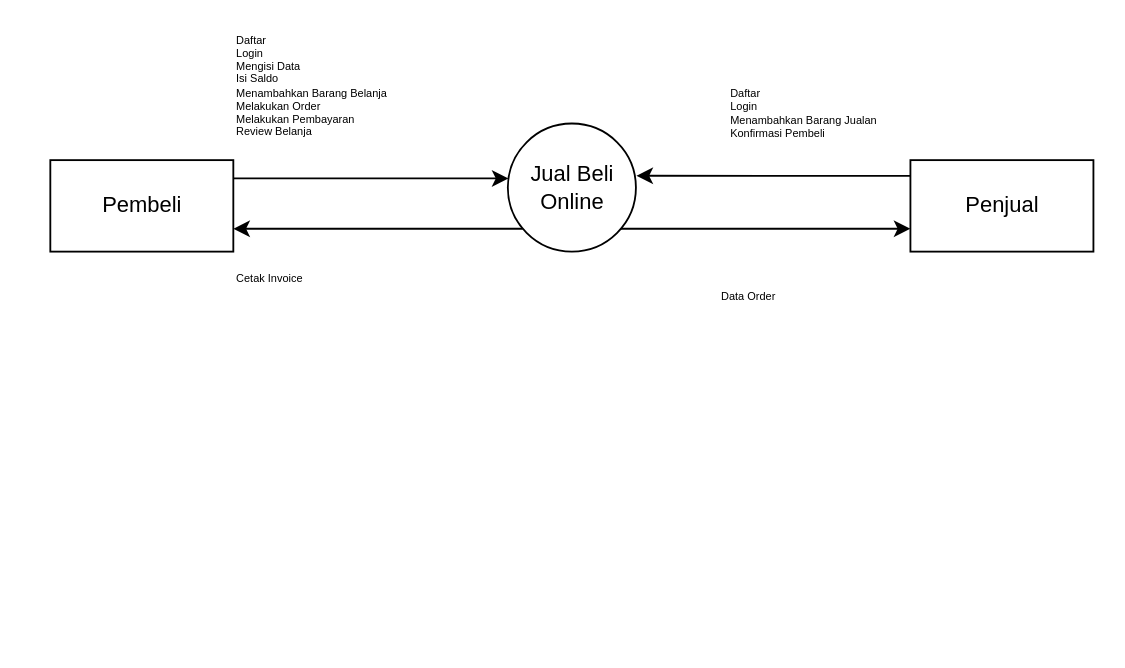
Above: Untitled Diagram.drawio in farrasrayhand/Tugas-Kuliah (draw.io), before the change. Source tidied: cells renumbered, new cells numbered last; positions are measured from the earlier drawing's top-left corner, leaving out a move shared by most shapes. Both pictures are drawn from the tidied source at 183%, with x=0, y=0 at pixel (49, 31).
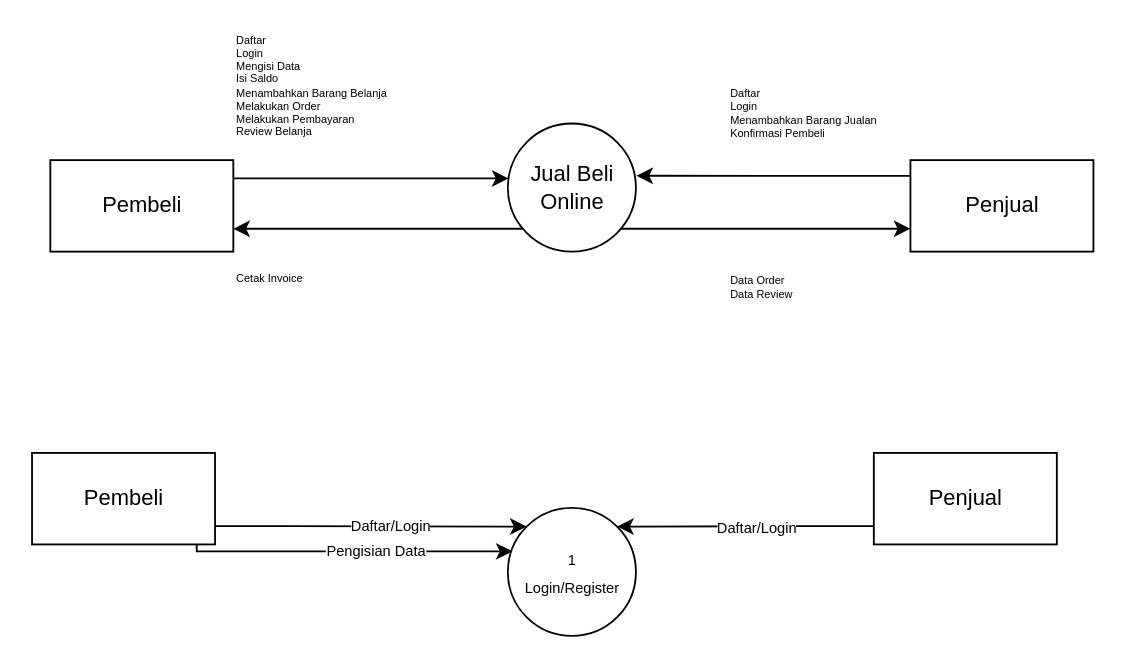
After the change.

Diff of the diagram source:
```diff
@@
-    <mxCell id="12" value="Data Order" style="text;html=1;align=left;verticalAlign=middle;strokeColor=none;fillColor=none;fontSize=6;" parent="1" vertex="1">
-      <mxGeometry x="365" y="140" width="50" height="10" as="geometry" />
+    <mxCell id="12" value="Data Order&lt;br&gt;Data Review" style="text;html=1;align=left;verticalAlign=middle;strokeColor=none;fillColor=none;fontSize=6;" parent="1" vertex="1">
+      <mxGeometry x="370" y="130" width="50" height="20" as="geometry" />
     </mxCell>
+    <mxCell id="13" value="&lt;font style=&quot;font-size: 8px&quot;&gt;1&lt;br&gt;Login/Register&lt;/font&gt;" style="shape=ellipse;html=1;dashed=0;whitespace=wrap;perimeter=ellipsePerimeter;" parent="1" vertex="1">
+      <mxGeometry x="250" y="260" width="70" height="70" as="geometry" />
+    </mxCell>
+    <mxCell id="14" style="edgeStyle=orthogonalEdgeStyle;rounded=0;jettySize=auto;html=1;entryX=0;entryY=0;entryDx=0;entryDy=0;fontSize=8;" parent="1" edge="1" source="18" target="13">
+      <mxGeometry relative="1" as="geometry">
+        <Array as="points">
+          <mxPoint x="130" y="270" />
+          <mxPoint x="130" y="270" />
+        </Array>
+      </mxGeometry>
+    </mxCell>
+    <mxCell id="15" value="Daftar/Login" style="edgeLabel;html=1;align=center;verticalAlign=middle;fontSize=8;" parent="14" vertex="1">
+      <mxGeometry x="0.12" y="1" relative="1" as="geometry" />
+    </mxCell>
+    <mxCell id="16" style="edgeStyle=orthogonalEdgeStyle;rounded=0;jettySize=auto;html=1;entryX=0.037;entryY=0.34;entryDx=0;entryDy=0;entryPerimeter=0;fontSize=8;" parent="1" edge="1" source="18" target="13">
+      <mxGeometry relative="1" as="geometry">
+        <Array as="points">
+          <mxPoint x="80" y="284" />
+        </Array>
+      </mxGeometry>
+    </mxCell>
+    <mxCell id="17" value="Pengisian Data" style="edgeLabel;html=1;align=center;verticalAlign=middle;fontSize=8;" parent="16" vertex="1">
+      <mxGeometry x="0.15" relative="1" as="geometry" />
+    </mxCell>
+    <mxCell id="18" value="Pembeli" style="html=1;dashed=0;whitespace=wrap;" parent="1" vertex="1">
+      <mxGeometry x="-10" y="230" width="100" height="50" as="geometry" />
+    </mxCell>
+    <mxCell id="19" style="edgeStyle=orthogonalEdgeStyle;rounded=0;jettySize=auto;html=1;entryX=1;entryY=0;entryDx=0;entryDy=0;fontSize=8;" parent="1" edge="1" source="21" target="13">
+      <mxGeometry relative="1" as="geometry">
+        <Array as="points">
+          <mxPoint x="410" y="270" />
+          <mxPoint x="410" y="270" />
+        </Array>
+      </mxGeometry>
+    </mxCell>
+    <mxCell id="20" value="Daftar/Login" style="edgeLabel;html=1;align=center;verticalAlign=middle;fontSize=8;" parent="19" vertex="1">
+      <mxGeometry x="-0.08" relative="1" as="geometry" />
+    </mxCell>
+    <mxCell id="21" value="Penjual" style="html=1;dashed=0;whitespace=wrap;" parent="1" vertex="1">
+      <mxGeometry x="450" y="230" width="100" height="50" as="geometry" />
+    </mxCell>
```
